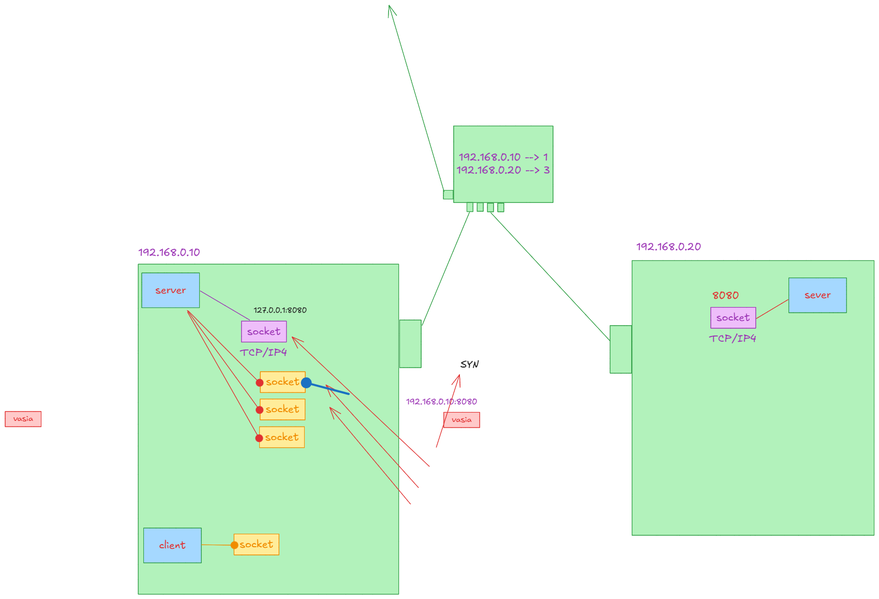
Before: img/1_socket.excalidraw.png, a diagram exported from Excalidraw (silvercodes/p32_p34_np). Source tidied: one line per element, renumbered; positions are measured from the earlier drawing's top-left corner, leaving out a move shared by most shapes.
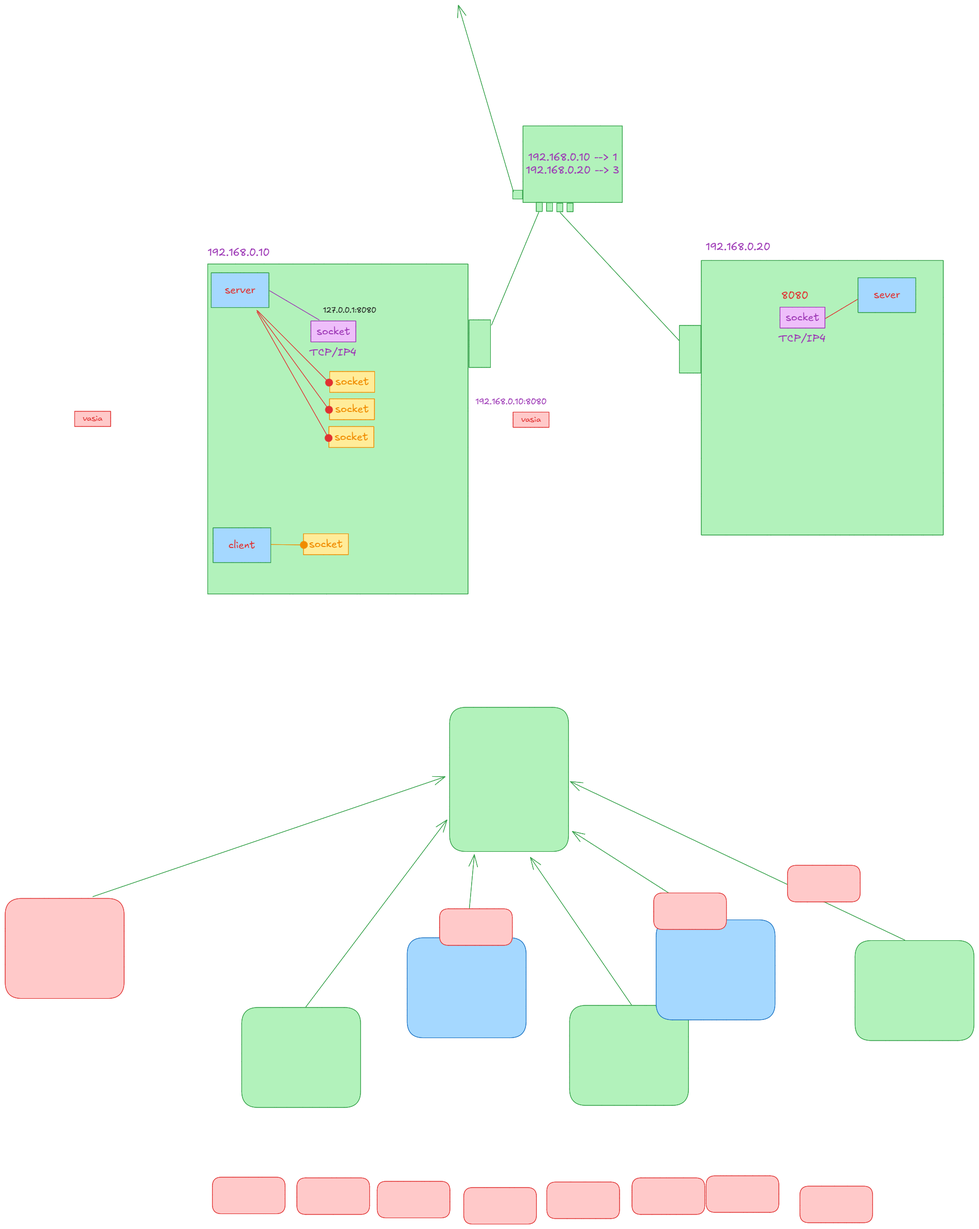
After the change.

Change to the diagram source:
```diff
@@ -47,3 +47,26 @@
 {"id": 46, "type": "rectangle", "strokeColor": "#f08c00", "backgroundColor": "#ffec99", "fillStyle": "solid", "strokeWidth": 1, "roughness": 0, "x": 442, "y": 1021, "width": 87, "height": 40}
 {"id": 47, "type": "text", "text": "socket", "strokeColor": "#f08c00", "backgroundColor": "#eebefa", "fillStyle": "solid", "strokeWidth": 1, "roughness": 0, "fontSize": 20, "fontFamily": 5, "textAlign": "center", "verticalAlign": "middle", "inside": 46, "x": 453, "y": 1029, "width": 65, "height": 25}
 {"id": 48, "type": "arrow", "strokeColor": "#f08c00", "backgroundColor": "#ffec99", "fillStyle": "solid", "strokeWidth": 1, "roughness": 0, "endArrowhead": "circle", "from": 44, "to": 46, "x": 380, "y": 1042, "width": 64, "height": 1, "points": [[0, 0], [64, 1]]}
+{"id": 49, "type": "rectangle", "strokeColor": "#2f9e44", "backgroundColor": "#b2f2bb", "fillStyle": "solid", "strokeWidth": 1, "roughness": 0, "round": true, "x": 725, "y": 1357, "width": 230, "height": 279}
+{"id": 50, "type": "rectangle", "strokeColor": "#2f9e44", "backgroundColor": "#b2f2bb", "fillStyle": "solid", "strokeWidth": 1, "roughness": 0, "round": true, "x": 323, "y": 1937, "width": 230, "height": 193}
+{"id": 51, "type": "rectangle", "strokeColor": "#1971c2", "backgroundColor": "#a5d8ff", "fillStyle": "solid", "strokeWidth": 1, "roughness": 0, "round": true, "x": 643, "y": 1802, "width": 230, "height": 193}
+{"id": 52, "type": "rectangle", "strokeColor": "#2f9e44", "backgroundColor": "#b2f2bb", "fillStyle": "solid", "strokeWidth": 1, "roughness": 0, "round": true, "x": 957, "y": 1933, "width": 230, "height": 193}
+{"id": 53, "type": "rectangle", "strokeColor": "#1971c2", "backgroundColor": "#a5d8ff", "fillStyle": "solid", "strokeWidth": 1, "roughness": 0, "round": true, "x": 1124, "y": 1768, "width": 230, "height": 193}
+{"id": 54, "type": "rectangle", "strokeColor": "#2f9e44", "backgroundColor": "#b2f2bb", "fillStyle": "solid", "strokeWidth": 1, "roughness": 0, "round": true, "x": 1509, "y": 1808, "width": 230, "height": 193}
+{"id": 55, "type": "rectangle", "strokeColor": "#e03131", "backgroundColor": "#ffc9c9", "fillStyle": "solid", "strokeWidth": 1, "roughness": 0, "round": true, "x": -134, "y": 1726, "width": 230, "height": 193}
+{"id": 56, "type": "arrow", "strokeColor": "#2f9e44", "backgroundColor": "#b2f2bb", "fillStyle": "solid", "strokeWidth": 1, "roughness": 0, "endArrowhead": "arrow", "round": true, "from": 55, "to": 49, "x": 35, "y": 1723, "width": 681, "height": 232, "points": [[0, 0], [681, -232]]}
+{"id": 57, "type": "arrow", "strokeColor": "#2f9e44", "backgroundColor": "#b2f2bb", "fillStyle": "solid", "strokeWidth": 1, "roughness": 0, "endArrowhead": "arrow", "round": true, "from": 50, "to": 49, "x": 447, "y": 1936, "width": 273, "height": 362, "points": [[0, 0], [273, -362]]}
+{"id": 58, "type": "arrow", "strokeColor": "#2f9e44", "backgroundColor": "#b2f2bb", "fillStyle": "solid", "strokeWidth": 1, "roughness": 0, "endArrowhead": "arrow", "round": true, "from": 51, "to": 49, "x": 758, "y": 1801, "width": 15, "height": 160, "points": [[0, 0], [15, -160]]}
+{"id": 59, "type": "arrow", "strokeColor": "#2f9e44", "backgroundColor": "#b2f2bb", "fillStyle": "solid", "strokeWidth": 1, "roughness": 0, "endArrowhead": "arrow", "round": true, "from": 52, "to": 49, "x": 1077, "y": 1932, "width": 196, "height": 285, "points": [[0, 0], [-196, -285]]}
+{"id": 60, "type": "arrow", "strokeColor": "#2f9e44", "backgroundColor": "#b2f2bb", "fillStyle": "solid", "strokeWidth": 1, "roughness": 0, "endArrowhead": "arrow", "round": true, "from": 53, "to": 49, "x": 1229, "y": 1767, "width": 266, "height": 170, "points": [[0, 0], [-266, -170]]}
+{"id": 61, "type": "arrow", "strokeColor": "#2f9e44", "backgroundColor": "#b2f2bb", "fillStyle": "solid", "strokeWidth": 1, "roughness": 0, "endArrowhead": "arrow", "round": true, "from": 54, "to": 49, "x": 1605, "y": 1807, "width": 647, "height": 307, "points": [[0, 0], [-647, -307]]}
+{"id": 62, "type": "rectangle", "strokeColor": "#e03131", "backgroundColor": "#ffc9c9", "fillStyle": "solid", "strokeWidth": 1, "roughness": 0, "round": true, "x": 430, "y": 2266, "width": 141, "height": 71}
+{"id": 63, "type": "rectangle", "strokeColor": "#e03131", "backgroundColor": "#ffc9c9", "fillStyle": "solid", "strokeWidth": 1, "roughness": 0, "round": true, "x": 585, "y": 2273, "width": 141, "height": 71}
+{"id": 64, "type": "rectangle", "strokeColor": "#e03131", "backgroundColor": "#ffc9c9", "fillStyle": "solid", "strokeWidth": 1, "roughness": 0, "round": true, "x": 752, "y": 2285, "width": 141, "height": 71}
+{"id": 65, "type": "rectangle", "strokeColor": "#e03131", "backgroundColor": "#ffc9c9", "fillStyle": "solid", "strokeWidth": 1, "roughness": 0, "round": true, "x": 913, "y": 2274, "width": 141, "height": 71}
+{"id": 66, "type": "rectangle", "strokeColor": "#e03131", "backgroundColor": "#ffc9c9", "fillStyle": "solid", "strokeWidth": 1, "roughness": 0, "round": true, "x": 1078, "y": 2266, "width": 141, "height": 71}
+{"id": 67, "type": "rectangle", "strokeColor": "#e03131", "backgroundColor": "#ffc9c9", "fillStyle": "solid", "strokeWidth": 1, "roughness": 0, "round": true, "x": 1221, "y": 2262, "width": 141, "height": 71}
+{"id": 68, "type": "rectangle", "strokeColor": "#e03131", "backgroundColor": "#ffc9c9", "fillStyle": "solid", "strokeWidth": 1, "roughness": 0, "round": true, "x": 1402, "y": 2282, "width": 141, "height": 71}
+{"id": 69, "type": "rectangle", "strokeColor": "#e03131", "backgroundColor": "#ffc9c9", "fillStyle": "solid", "strokeWidth": 1, "roughness": 0, "round": true, "x": 266, "y": 2265, "width": 141, "height": 71}
+{"id": 70, "type": "rectangle", "strokeColor": "#e03131", "backgroundColor": "#ffc9c9", "fillStyle": "solid", "strokeWidth": 1, "roughness": 0, "round": true, "x": 706, "y": 1746, "width": 141, "height": 71}
+{"id": 71, "type": "rectangle", "strokeColor": "#e03131", "backgroundColor": "#ffc9c9", "fillStyle": "solid", "strokeWidth": 1, "roughness": 0, "round": true, "x": 1120, "y": 1716, "width": 141, "height": 71}
```
